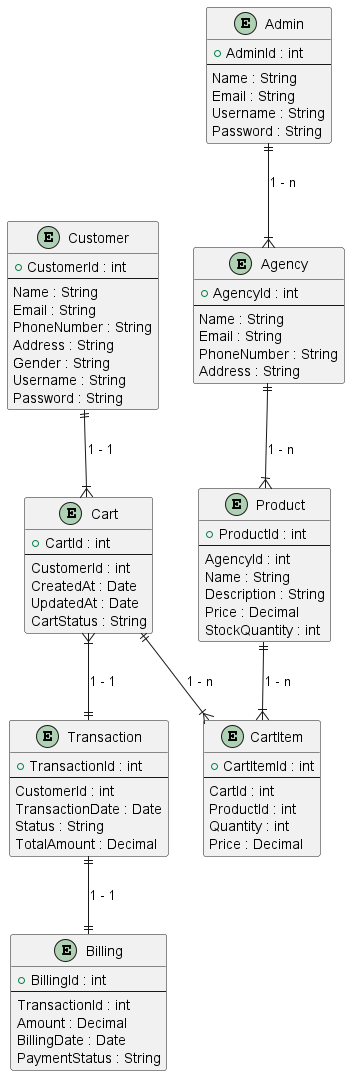
Before: erd/commerceErd.png, a diagram exported from PlantUML (huysupercool666/backend-udt-test). Its diagram source:
```plantuml
@startuml commerce_flow

entity Customer {
  + CustomerId : int
  --
  Name : String
  Email : String
  PhoneNumber : String
  Address : String
  Gender : String
  Username : String
  Password : String
}

entity Cart {
  + CartId : int
  --
  CustomerId : int
  CreatedAt : Date
  UpdatedAt : Date
  CartStatus : String
}

entity CartItem {
  + CartItemId : int
  --
  CartId : int
  ProductId : int
  Quantity : int
  Price : Decimal
}

entity Product {
  + ProductId : int
  --
  AgencyId : int
  Name : String
  Description : String
  Price : Decimal
  StockQuantity : int
}

entity Transaction {
  + TransactionId : int
  --
  CustomerId : int
  TransactionDate : Date
  Status : String
  TotalAmount : Decimal
}

entity Billing {
  + BillingId : int
  --
  TransactionId : int
  Amount : Decimal
  BillingDate : Date
  PaymentStatus : String
}

entity Agency {
  + AgencyId : int
  --
  Name : String
  Email : String
  PhoneNumber : String
  Address : String
}

entity Admin {
  + AdminId : int
  --
  Name : String
  Email : String
  Username : String
  Password : String
}

Customer ||--|{ Cart : "1 - 1"
Cart ||--|{ CartItem : "1 - n"
Product ||--|{ CartItem : "1 - n"
Cart }|--|| Transaction : "1 - 1"
Transaction ||--|| Billing : "1 - 1"

Agency ||--|{ Product : "1 - n"
Admin ||--|{ Agency : "1 - n"


@enduml
```
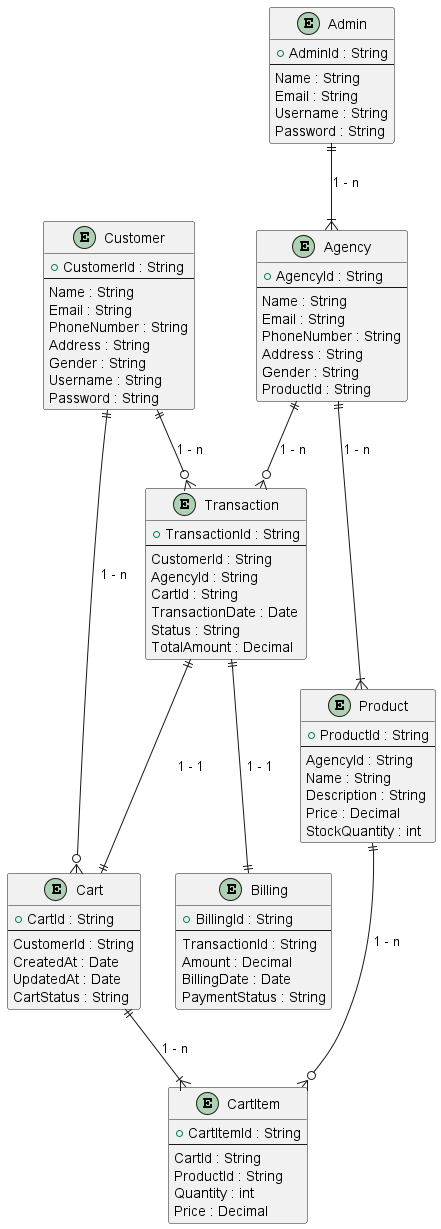
Later version of the same file.

Change to the diagram source:
```diff
@@ -1,7 +1,7 @@
-@startuml commerce_flow
+@startuml commerceErd
 
 entity Customer {
-  + CustomerId : int
+  + CustomerId : String
   --
   Name : String
   Email : String
@@ -13,27 +13,27 @@
 }
 
 entity Cart {
-  + CartId : int
+  + CartId : String
   --
-  CustomerId : int
+  CustomerId : String
   CreatedAt : Date
   UpdatedAt : Date
   CartStatus : String
 }
 
 entity CartItem {
-  + CartItemId : int
+  + CartItemId : String
   --
-  CartId : int
-  ProductId : int
+  CartId : String
+  ProductId : String
   Quantity : int
   Price : Decimal
 }
 
 entity Product {
-  + ProductId : int
+  + ProductId : String
   --
-  AgencyId : int
+  AgencyId : String
   Name : String
   Description : String
   Price : Decimal
@@ -41,34 +41,38 @@
 }
 
 entity Transaction {
-  + TransactionId : int
+  + TransactionId : String
   --
-  CustomerId : int
+  CustomerId : String
+  AgencyId : String
+  CartId : String
   TransactionDate : Date
   Status : String
   TotalAmount : Decimal
 }
 
 entity Billing {
-  + BillingId : int
+  + BillingId : String
   --
-  TransactionId : int
+  TransactionId : String
   Amount : Decimal
   BillingDate : Date
   PaymentStatus : String
 }
 
 entity Agency {
-  + AgencyId : int
+  + AgencyId : String
   --
   Name : String
   Email : String
   PhoneNumber : String
   Address : String
+  Gender : String
+  ProductId : String
 }
 
 entity Admin {
-  + AdminId : int
+  + AdminId : String
   --
   Name : String
   Email : String
@@ -76,14 +80,15 @@
   Password : String
 }
 
-Customer ||--|{ Cart : "1 - 1"
+Customer ||--o{ Cart : "1 - n"
+Customer ||--o{ Transaction : "1 - n"
 Cart ||--|{ CartItem : "1 - n"
-Product ||--|{ CartItem : "1 - n"
-Cart }|--|| Transaction : "1 - 1"
+Product ||--o{ CartItem : "1 - n"
+Transaction ||--|| Cart : "1 - 1"
 Transaction ||--|| Billing : "1 - 1"
 
 Agency ||--|{ Product : "1 - n"
+Agency ||--o{ Transaction : "1 - n"
 Admin ||--|{ Agency : "1 - n"
 
-
 @enduml
```
